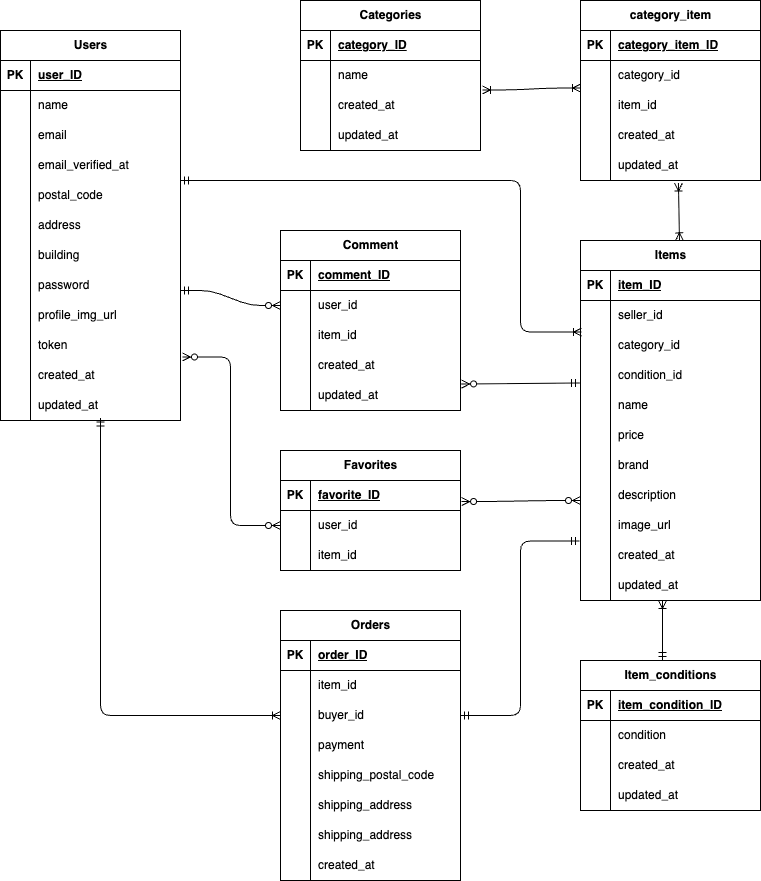
jinichi-haishima/Flea-market-app keeps this draw.io diagram as ER.drawio.png. Above is the earlier version. Source tidied: cells renumbered, new cells last; positions are measured from the earlier drawing's top-left corner, leaving out a move shared by most shapes.
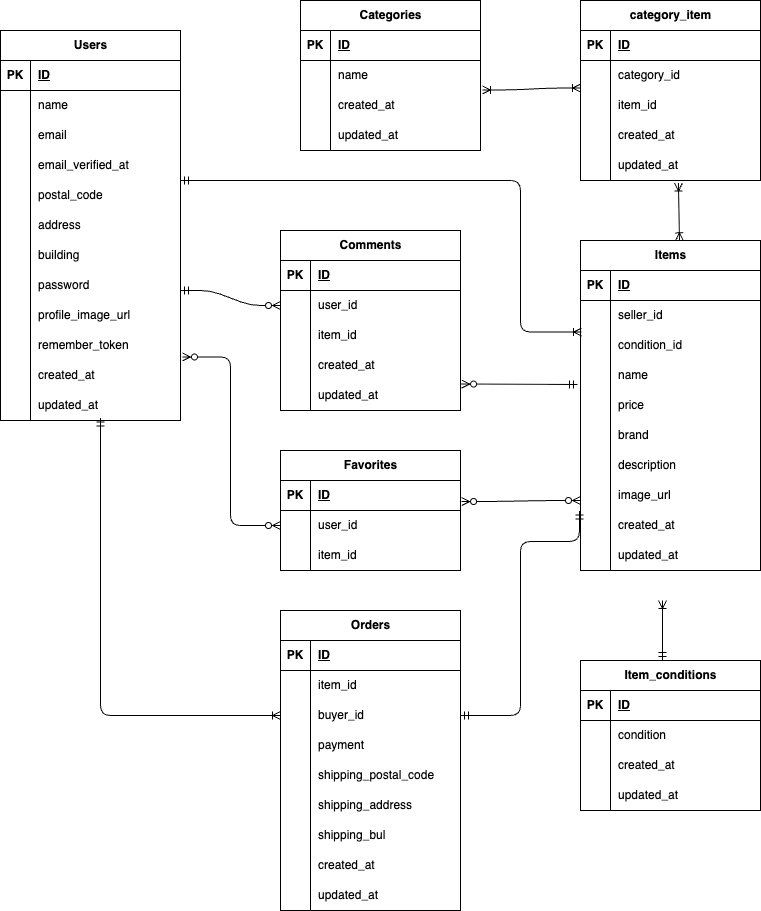
Above is the later version.

The edit, as a diff of the source:
```diff
@@ -11,7 +11,7 @@
     <mxCell id="4" value="PK" style="shape=partialRectangle;fillColor=none;top=0;left=0;bottom=0;right=0;fontStyle=1;overflow=hidden;whiteSpace=wrap;html=1;" parent="3" vertex="1">
       <mxGeometry width="30" height="30" as="geometry" />
     </mxCell>
-    <mxCell id="5" value="user_ID" style="shape=partialRectangle;fillColor=none;top=0;left=0;bottom=0;right=0;align=left;spacingLeft=6;fontStyle=5;overflow=hidden;whiteSpace=wrap;html=1;" parent="3" vertex="1">
+    <mxCell id="5" value="ID" style="shape=partialRectangle;fillColor=none;top=0;left=0;bottom=0;right=0;align=left;spacingLeft=6;fontStyle=5;overflow=hidden;whiteSpace=wrap;html=1;" parent="3" vertex="1">
       <mxGeometry x="30" width="150" height="30" as="geometry" />
     </mxCell>
     <mxCell id="6" style="shape=tableRow;horizontal=0;startSize=0;swimlaneHead=0;swimlaneBody=0;fillColor=none;top=0;left=0;right=0;bottom=0;" parent="2" vertex="1">
@@ -83,7 +83,7 @@
     <mxCell id="28" style="shape=partialRectangle;fillColor=none;top=0;left=0;bottom=0;right=0;overflow=hidden;whiteSpace=wrap;html=1;" parent="27" vertex="1">
       <mxGeometry width="30" height="30" as="geometry" />
     </mxCell>
-    <mxCell id="29" value="profile_img_url" style="shape=partialRectangle;fillColor=none;top=0;left=0;bottom=0;right=0;align=left;spacingLeft=6;overflow=hidden;whiteSpace=wrap;html=1;" parent="27" vertex="1">
+    <mxCell id="29" value="profile_image_url" style="shape=partialRectangle;fillColor=none;top=0;left=0;bottom=0;right=0;align=left;spacingLeft=6;overflow=hidden;whiteSpace=wrap;html=1;" parent="27" vertex="1">
       <mxGeometry x="30" width="150" height="30" as="geometry" />
     </mxCell>
     <mxCell id="30" style="shape=tableRow;horizontal=0;startSize=0;swimlaneHead=0;swimlaneBody=0;fillColor=none;top=0;left=0;right=0;bottom=0;" parent="2" vertex="1">
@@ -92,7 +92,7 @@
     <mxCell id="31" style="shape=partialRectangle;fillColor=none;top=0;left=0;bottom=0;right=0;overflow=hidden;whiteSpace=wrap;html=1;" parent="30" vertex="1">
       <mxGeometry width="30" height="30" as="geometry" />
     </mxCell>
-    <mxCell id="32" value="token" style="shape=partialRectangle;fillColor=none;top=0;left=0;bottom=0;right=0;align=left;spacingLeft=6;overflow=hidden;whiteSpace=wrap;html=1;" parent="30" vertex="1">
+    <mxCell id="32" value="remember_token" style="shape=partialRectangle;fillColor=none;top=0;left=0;bottom=0;right=0;align=left;spacingLeft=6;overflow=hidden;whiteSpace=wrap;html=1;" parent="30" vertex="1">
       <mxGeometry x="30" width="150" height="30" as="geometry" />
     </mxCell>
     <mxCell id="33" style="shape=tableRow;horizontal=0;startSize=0;swimlaneHead=0;swimlaneBody=0;fillColor=none;points=[[0,0.5],[1,0.5]];portConstraint=eastwest;top=0;left=0;right=0;bottom=0;" parent="2" vertex="1">
@@ -114,7 +114,7 @@
       <mxGeometry x="30" width="150" height="30" as="geometry" />
     </mxCell>
     <mxCell id="39" value="Items" style="shape=table;startSize=30;rowLines=0;fontStyle=1;align=center;html=1;" parent="1" vertex="1">
-      <mxGeometry x="580" y="240" width="180" height="360" as="geometry" />
+      <mxGeometry x="580" y="240" width="180" height="330" as="geometry" />
     </mxCell>
     <mxCell id="40" style="shape=tableRow;horizontal=0;startSize=0;swimlaneHead=0;swimlaneBody=0;fillColor=none;top=0;left=0;right=0;bottom=1;" parent="39" vertex="1">
       <mxGeometry y="30" width="180" height="30" as="geometry" />
@@ -122,7 +122,7 @@
     <mxCell id="41" value="PK" style="shape=partialRectangle;fillColor=none;top=0;left=0;bottom=0;right=0;fontStyle=1;overflow=hidden;whiteSpace=wrap;html=1;" parent="40" vertex="1">
       <mxGeometry width="30" height="30" as="geometry" />
     </mxCell>
-    <mxCell id="42" value="item_ID" style="shape=partialRectangle;fillColor=none;top=0;left=0;bottom=0;right=0;align=left;spacingLeft=6;fontStyle=5;overflow=hidden;whiteSpace=wrap;html=1;" parent="40" vertex="1">
+    <mxCell id="42" value="ID" style="shape=partialRectangle;fillColor=none;top=0;left=0;bottom=0;right=0;align=left;spacingLeft=6;fontStyle=5;overflow=hidden;whiteSpace=wrap;html=1;" parent="40" vertex="1">
       <mxGeometry x="30" width="150" height="30" as="geometry" />
     </mxCell>
     <mxCell id="43" style="shape=tableRow;horizontal=0;startSize=0;swimlaneHead=0;swimlaneBody=0;fillColor=none;points=[[0,0.5],[1,0.5]];portConstraint=eastwest;top=0;left=0;right=0;bottom=0;" parent="39" vertex="1">
@@ -134,17 +134,8 @@
     <mxCell id="45" value="seller_id" style="shape=partialRectangle;fillColor=none;top=0;left=0;bottom=0;right=0;align=left;spacingLeft=6;overflow=hidden;whiteSpace=wrap;html=1;" parent="43" vertex="1">
       <mxGeometry x="30" width="150" height="30" as="geometry" />
     </mxCell>
-    <mxCell id="46" style="shape=tableRow;horizontal=0;startSize=0;swimlaneHead=0;swimlaneBody=0;fillColor=none;top=0;left=0;right=0;bottom=0;" parent="39" vertex="1">
-      <mxGeometry y="90" width="180" height="30" as="geometry" />
-    </mxCell>
-    <mxCell id="47" style="shape=partialRectangle;fillColor=none;top=0;left=0;bottom=0;right=0;overflow=hidden;whiteSpace=wrap;html=1;" parent="46" vertex="1">
-      <mxGeometry width="30" height="30" as="geometry" />
-    </mxCell>
-    <mxCell id="48" value="category_id" style="shape=partialRectangle;fillColor=none;top=0;left=0;bottom=0;right=0;align=left;spacingLeft=6;overflow=hidden;whiteSpace=wrap;html=1;" parent="46" vertex="1">
-      <mxGeometry x="30" width="150" height="30" as="geometry" />
-    </mxCell>
     <mxCell id="49" style="shape=tableRow;horizontal=0;startSize=0;swimlaneHead=0;swimlaneBody=0;fillColor=none;points=[[0,0.5],[1,0.5]];portConstraint=eastwest;top=0;left=0;right=0;bottom=0;" parent="39" vertex="1">
-      <mxGeometry y="120" width="180" height="30" as="geometry" />
+      <mxGeometry y="90" width="180" height="30" as="geometry" />
     </mxCell>
     <mxCell id="50" style="shape=partialRectangle;fillColor=none;top=0;left=0;bottom=0;right=0;overflow=hidden;whiteSpace=wrap;html=1;" parent="49" vertex="1">
       <mxGeometry width="30" height="30" as="geometry" />
@@ -153,7 +144,7 @@
       <mxGeometry x="30" width="150" height="30" as="geometry" />
     </mxCell>
     <mxCell id="52" style="shape=tableRow;horizontal=0;startSize=0;swimlaneHead=0;swimlaneBody=0;fillColor=none;points=[[0,0.5],[1,0.5]];portConstraint=eastwest;top=0;left=0;right=0;bottom=0;" parent="39" vertex="1">
-      <mxGeometry y="150" width="180" height="30" as="geometry" />
+      <mxGeometry y="120" width="180" height="30" as="geometry" />
     </mxCell>
     <mxCell id="53" style="shape=partialRectangle;fillColor=none;top=0;left=0;bottom=0;right=0;overflow=hidden;whiteSpace=wrap;html=1;" parent="52" vertex="1">
       <mxGeometry width="30" height="30" as="geometry" />
@@ -162,7 +153,7 @@
       <mxGeometry x="30" width="150" height="30" as="geometry" />
     </mxCell>
     <mxCell id="55" style="shape=tableRow;horizontal=0;startSize=0;swimlaneHead=0;swimlaneBody=0;fillColor=none;top=0;left=0;right=0;bottom=0;" parent="39" vertex="1">
-      <mxGeometry y="180" width="180" height="30" as="geometry" />
+      <mxGeometry y="150" width="180" height="30" as="geometry" />
     </mxCell>
     <mxCell id="56" style="shape=partialRectangle;fillColor=none;top=0;left=0;bottom=0;right=0;overflow=hidden;whiteSpace=wrap;html=1;" parent="55" vertex="1">
       <mxGeometry width="30" height="30" as="geometry" />
@@ -171,7 +162,7 @@
       <mxGeometry x="30" width="150" height="30" as="geometry" />
     </mxCell>
     <mxCell id="58" style="shape=tableRow;horizontal=0;startSize=0;swimlaneHead=0;swimlaneBody=0;fillColor=none;top=0;left=0;right=0;bottom=0;" parent="39" vertex="1">
-      <mxGeometry y="210" width="180" height="30" as="geometry" />
+      <mxGeometry y="180" width="180" height="30" as="geometry" />
     </mxCell>
     <mxCell id="59" style="shape=partialRectangle;fillColor=none;top=0;left=0;bottom=0;right=0;overflow=hidden;whiteSpace=wrap;html=1;" parent="58" vertex="1">
       <mxGeometry width="30" height="30" as="geometry" />
@@ -180,7 +171,7 @@
       <mxGeometry x="30" width="150" height="30" as="geometry" />
     </mxCell>
     <mxCell id="61" style="shape=tableRow;horizontal=0;startSize=0;swimlaneHead=0;swimlaneBody=0;fillColor=none;top=0;left=0;right=0;bottom=0;" parent="39" vertex="1">
-      <mxGeometry y="240" width="180" height="30" as="geometry" />
+      <mxGeometry y="210" width="180" height="30" as="geometry" />
     </mxCell>
     <mxCell id="62" style="shape=partialRectangle;fillColor=none;top=0;left=0;bottom=0;right=0;overflow=hidden;whiteSpace=wrap;html=1;" parent="61" vertex="1">
       <mxGeometry width="30" height="30" as="geometry" />
@@ -189,7 +180,7 @@
       <mxGeometry x="30" width="150" height="30" as="geometry" />
     </mxCell>
     <mxCell id="64" style="shape=tableRow;horizontal=0;startSize=0;swimlaneHead=0;swimlaneBody=0;fillColor=none;top=0;left=0;right=0;bottom=0;" parent="39" vertex="1">
-      <mxGeometry y="270" width="180" height="30" as="geometry" />
+      <mxGeometry y="240" width="180" height="30" as="geometry" />
     </mxCell>
     <mxCell id="65" style="shape=partialRectangle;fillColor=none;top=0;left=0;bottom=0;right=0;overflow=hidden;whiteSpace=wrap;html=1;" parent="64" vertex="1">
       <mxGeometry width="30" height="30" as="geometry" />
@@ -198,7 +189,7 @@
       <mxGeometry x="30" width="150" height="30" as="geometry" />
     </mxCell>
     <mxCell id="67" style="shape=tableRow;horizontal=0;startSize=0;swimlaneHead=0;swimlaneBody=0;fillColor=none;points=[[0,0.5],[1,0.5]];portConstraint=eastwest;top=0;left=0;right=0;bottom=0;" parent="39" vertex="1">
-      <mxGeometry y="300" width="180" height="30" as="geometry" />
+      <mxGeometry y="270" width="180" height="30" as="geometry" />
     </mxCell>
     <mxCell id="68" style="shape=partialRectangle;fillColor=none;top=0;left=0;bottom=0;right=0;overflow=hidden;whiteSpace=wrap;html=1;" parent="67" vertex="1">
       <mxGeometry width="30" height="30" as="geometry" />
@@ -207,7 +198,7 @@
       <mxGeometry x="30" width="150" height="30" as="geometry" />
     </mxCell>
     <mxCell id="70" style="shape=tableRow;horizontal=0;startSize=0;swimlaneHead=0;swimlaneBody=0;fillColor=none;top=0;left=0;right=0;bottom=0;" parent="39" vertex="1">
-      <mxGeometry y="330" width="180" height="30" as="geometry" />
+      <mxGeometry y="300" width="180" height="30" as="geometry" />
     </mxCell>
     <mxCell id="71" style="shape=partialRectangle;fillColor=none;top=0;left=0;bottom=0;right=0;overflow=hidden;whiteSpace=wrap;html=1;" parent="70" vertex="1">
       <mxGeometry width="30" height="30" as="geometry" />
@@ -224,7 +215,7 @@
     <mxCell id="75" value="PK" style="shape=partialRectangle;fillColor=none;top=0;left=0;bottom=0;right=0;fontStyle=1;overflow=hidden;whiteSpace=wrap;html=1;" parent="74" vertex="1">
       <mxGeometry width="30" height="30" as="geometry" />
     </mxCell>
-    <mxCell id="76" value="favorite_ID" style="shape=partialRectangle;fillColor=none;top=0;left=0;bottom=0;right=0;align=left;spacingLeft=6;fontStyle=5;overflow=hidden;whiteSpace=wrap;html=1;" parent="74" vertex="1">
+    <mxCell id="76" value="ID" style="shape=partialRectangle;fillColor=none;top=0;left=0;bottom=0;right=0;align=left;spacingLeft=6;fontStyle=5;overflow=hidden;whiteSpace=wrap;html=1;" parent="74" vertex="1">
       <mxGeometry x="30" width="150" height="30" as="geometry" />
     </mxCell>
     <mxCell id="77" style="shape=tableRow;horizontal=0;startSize=0;swimlaneHead=0;swimlaneBody=0;fillColor=none;points=[[0,0.5],[1,0.5]];portConstraint=eastwest;top=0;left=0;right=0;bottom=0;" parent="73" vertex="1">
@@ -246,7 +237,7 @@
       <mxGeometry x="30" width="150" height="30" as="geometry" />
     </mxCell>
     <mxCell id="83" value="Orders" style="shape=table;startSize=30;rowLines=0;fontStyle=1;align=center;html=1;" parent="1" vertex="1">
-      <mxGeometry x="280" y="610" width="180" height="270" as="geometry" />
+      <mxGeometry x="280" y="610" width="180" height="300" as="geometry" />
     </mxCell>
     <mxCell id="84" style="shape=tableRow;horizontal=0;startSize=0;swimlaneHead=0;swimlaneBody=0;fillColor=none;top=0;left=0;right=0;bottom=1;" parent="83" vertex="1">
       <mxGeometry y="30" width="180" height="30" as="geometry" />
@@ -254,7 +245,7 @@
     <mxCell id="85" value="PK" style="shape=partialRectangle;fillColor=none;top=0;left=0;bottom=0;right=0;fontStyle=1;overflow=hidden;whiteSpace=wrap;html=1;" parent="84" vertex="1">
       <mxGeometry width="30" height="30" as="geometry" />
     </mxCell>
-    <mxCell id="86" value="order_ID" style="shape=partialRectangle;fillColor=none;top=0;left=0;bottom=0;right=0;align=left;spacingLeft=6;fontStyle=5;overflow=hidden;whiteSpace=wrap;html=1;" parent="84" vertex="1">
+    <mxCell id="86" value="ID" style="shape=partialRectangle;fillColor=none;top=0;left=0;bottom=0;right=0;align=left;spacingLeft=6;fontStyle=5;overflow=hidden;whiteSpace=wrap;html=1;" parent="84" vertex="1">
       <mxGeometry x="30" width="150" height="30" as="geometry" />
     </mxCell>
     <mxCell id="87" style="shape=tableRow;horizontal=0;startSize=0;swimlaneHead=0;swimlaneBody=0;fillColor=none;top=0;left=0;right=0;bottom=0;" parent="83" vertex="1">
@@ -308,7 +299,7 @@
     <mxCell id="103" style="shape=partialRectangle;fillColor=none;top=0;left=0;bottom=0;right=0;overflow=hidden;whiteSpace=wrap;html=1;" parent="102" vertex="1">
       <mxGeometry width="30" height="30" as="geometry" />
     </mxCell>
-    <mxCell id="104" value="shipping_address" style="shape=partialRectangle;fillColor=none;top=0;left=0;bottom=0;right=0;align=left;spacingLeft=6;overflow=hidden;whiteSpace=wrap;html=1;" parent="102" vertex="1">
+    <mxCell id="104" value="shipping_bul" style="shape=partialRectangle;fillColor=none;top=0;left=0;bottom=0;right=0;align=left;spacingLeft=6;overflow=hidden;whiteSpace=wrap;html=1;" parent="102" vertex="1">
       <mxGeometry x="30" width="150" height="30" as="geometry" />
     </mxCell>
     <mxCell id="105" style="shape=tableRow;horizontal=0;startSize=0;swimlaneHead=0;swimlaneBody=0;fillColor=none;top=0;left=0;right=0;bottom=0;" parent="83" vertex="1">
@@ -320,6 +311,15 @@
     <mxCell id="107" value="created_at" style="shape=partialRectangle;fillColor=none;top=0;left=0;bottom=0;right=0;align=left;spacingLeft=6;overflow=hidden;whiteSpace=wrap;html=1;" parent="105" vertex="1">
       <mxGeometry x="30" width="150" height="30" as="geometry" />
     </mxCell>
+    <mxCell id="176" style="shape=tableRow;horizontal=0;startSize=0;swimlaneHead=0;swimlaneBody=0;fillColor=none;top=0;left=0;right=0;bottom=0;" parent="83" vertex="1">
+      <mxGeometry y="270" width="180" height="30" as="geometry" />
+    </mxCell>
+    <mxCell id="47" style="shape=partialRectangle;fillColor=none;top=0;left=0;bottom=0;right=0;overflow=hidden;whiteSpace=wrap;html=1;" parent="176" vertex="1">
+      <mxGeometry width="30" height="30" as="geometry" />
+    </mxCell>
+    <mxCell id="177" value="updated_at" style="shape=partialRectangle;fillColor=none;top=0;left=0;bottom=0;right=0;align=left;spacingLeft=6;overflow=hidden;whiteSpace=wrap;html=1;" parent="176" vertex="1">
+      <mxGeometry x="30" width="150" height="30" as="geometry" />
+    </mxCell>
     <mxCell id="108" value="Categories" style="shape=table;startSize=30;rowLines=0;fontStyle=1;align=center;html=1;" parent="1" vertex="1">
       <mxGeometry x="300" width="180" height="150" as="geometry" />
     </mxCell>
@@ -329,7 +329,7 @@
     <mxCell id="110" value="PK" style="shape=partialRectangle;fillColor=none;top=0;left=0;bottom=0;right=0;fontStyle=1;overflow=hidden;whiteSpace=wrap;html=1;" parent="109" vertex="1">
       <mxGeometry width="30" height="30" as="geometry" />
     </mxCell>
-    <mxCell id="111" value="category_ID" style="shape=partialRectangle;fillColor=none;top=0;left=0;bottom=0;right=0;align=left;spacingLeft=6;fontStyle=5;overflow=hidden;whiteSpace=wrap;html=1;" parent="109" vertex="1">
+    <mxCell id="111" value="ID" style="shape=partialRectangle;fillColor=none;top=0;left=0;bottom=0;right=0;align=left;spacingLeft=6;fontStyle=5;overflow=hidden;whiteSpace=wrap;html=1;" parent="109" vertex="1">
       <mxGeometry x="30" width="150" height="30" as="geometry" />
     </mxCell>
     <mxCell id="112" style="shape=tableRow;horizontal=0;startSize=0;swimlaneHead=0;swimlaneBody=0;fillColor=none;top=0;left=0;right=0;bottom=0;" parent="108" vertex="1">
@@ -368,7 +368,7 @@
     <mxCell id="123" value="PK" style="shape=partialRectangle;fillColor=none;top=0;left=0;bottom=0;right=0;fontStyle=1;overflow=hidden;whiteSpace=wrap;html=1;" parent="122" vertex="1">
       <mxGeometry width="30" height="30" as="geometry" />
     </mxCell>
-    <mxCell id="124" value="item_condition_ID" style="shape=partialRectangle;fillColor=none;top=0;left=0;bottom=0;right=0;align=left;spacingLeft=6;fontStyle=5;overflow=hidden;whiteSpace=wrap;html=1;" parent="122" vertex="1">
+    <mxCell id="124" value="ID" style="shape=partialRectangle;fillColor=none;top=0;left=0;bottom=0;right=0;align=left;spacingLeft=6;fontStyle=5;overflow=hidden;whiteSpace=wrap;html=1;" parent="122" vertex="1">
       <mxGeometry x="30" width="150" height="30" as="geometry" />
     </mxCell>
     <mxCell id="125" style="shape=tableRow;horizontal=0;startSize=0;swimlaneHead=0;swimlaneBody=0;fillColor=none;top=0;left=0;right=0;bottom=0;" parent="121" vertex="1">
@@ -452,7 +452,7 @@
     <mxCell id="142" value="PK" style="shape=partialRectangle;fillColor=none;top=0;left=0;bottom=0;right=0;fontStyle=1;overflow=hidden;whiteSpace=wrap;html=1;" parent="141" vertex="1">
       <mxGeometry width="30" height="30" as="geometry" />
     </mxCell>
-    <mxCell id="143" value="category_item_ID" style="shape=partialRectangle;fillColor=none;top=0;left=0;bottom=0;right=0;align=left;spacingLeft=6;fontStyle=5;overflow=hidden;whiteSpace=wrap;html=1;" parent="141" vertex="1">
+    <mxCell id="143" value="ID" style="shape=partialRectangle;fillColor=none;top=0;left=0;bottom=0;right=0;align=left;spacingLeft=6;fontStyle=5;overflow=hidden;whiteSpace=wrap;html=1;" parent="141" vertex="1">
       <mxGeometry x="30" width="150" height="30" as="geometry" />
     </mxCell>
     <mxCell id="144" style="shape=tableRow;horizontal=0;startSize=0;swimlaneHead=0;swimlaneBody=0;fillColor=none;top=0;left=0;right=0;bottom=0;" parent="140" vertex="1">
@@ -497,7 +497,7 @@
     <mxCell id="157" style="fontSize=12;html=1;endArrow=ERoneToMany;startArrow=ERoneToMany;exitX=0.544;exitY=1.083;exitDx=0;exitDy=0;exitPerimeter=0;entryX=0.55;entryY=0.001;entryDx=0;entryDy=0;entryPerimeter=0;" parent="1" edge="1" source="153" target="39">
       <mxGeometry relative="1" as="geometry" />
     </mxCell>
-    <mxCell id="158" value="Comment" style="shape=table;startSize=30;rowLines=0;fontStyle=1;align=center;html=1;" parent="1" vertex="1">
+    <mxCell id="158" value="Comments" style="shape=table;startSize=30;rowLines=0;fontStyle=1;align=center;html=1;" parent="1" vertex="1">
       <mxGeometry x="280" y="230" width="180" height="180" as="geometry" />
     </mxCell>
     <mxCell id="159" style="shape=tableRow;horizontal=0;startSize=0;swimlaneHead=0;swimlaneBody=0;fillColor=none;top=0;left=0;right=0;bottom=1;" parent="158" vertex="1">
@@ -506,7 +506,7 @@
     <mxCell id="160" value="PK" style="shape=partialRectangle;fillColor=none;top=0;left=0;bottom=0;right=0;fontStyle=1;overflow=hidden;whiteSpace=wrap;html=1;" parent="159" vertex="1">
       <mxGeometry width="30" height="30" as="geometry" />
     </mxCell>
-    <mxCell id="161" value="comment_ID" style="shape=partialRectangle;fillColor=none;top=0;left=0;bottom=0;right=0;align=left;spacingLeft=6;fontStyle=5;overflow=hidden;whiteSpace=wrap;html=1;" parent="159" vertex="1">
+    <mxCell id="161" value="ID" style="shape=partialRectangle;fillColor=none;top=0;left=0;bottom=0;right=0;align=left;spacingLeft=6;fontStyle=5;overflow=hidden;whiteSpace=wrap;html=1;" parent="159" vertex="1">
       <mxGeometry x="30" width="150" height="30" as="geometry" />
     </mxCell>
     <mxCell id="162" style="shape=tableRow;horizontal=0;startSize=0;swimlaneHead=0;swimlaneBody=0;fillColor=none;points=[[0,0.5],[1,0.5]];portConstraint=eastwest;top=0;left=0;right=0;bottom=0;" parent="158" vertex="1">
@@ -550,7 +550,7 @@
         <mxPoint x="180" y="290" as="sourcePoint" />
       </mxGeometry>
     </mxCell>
-    <mxCell id="175" style="fontSize=12;html=1;endArrow=ERzeroToMany;startArrow=ERmandOne;entryX=1.006;entryY=0.117;entryDx=0;entryDy=0;exitX=-0.006;exitY=0.75;exitDx=0;exitDy=0;entryPerimeter=0;exitPerimeter=0;" parent="1" edge="1" source="49" target="171">
+    <mxCell id="175" style="fontSize=12;html=1;endArrow=ERzeroToMany;startArrow=ERmandOne;entryX=1.006;entryY=0.117;entryDx=0;entryDy=0;exitX=-0.017;exitY=0.8;exitDx=0;exitDy=0;entryPerimeter=0;exitPerimeter=0;" parent="1" edge="1" source="52" target="171">
       <mxGeometry relative="1" as="geometry" />
     </mxCell>
   </root>
```
